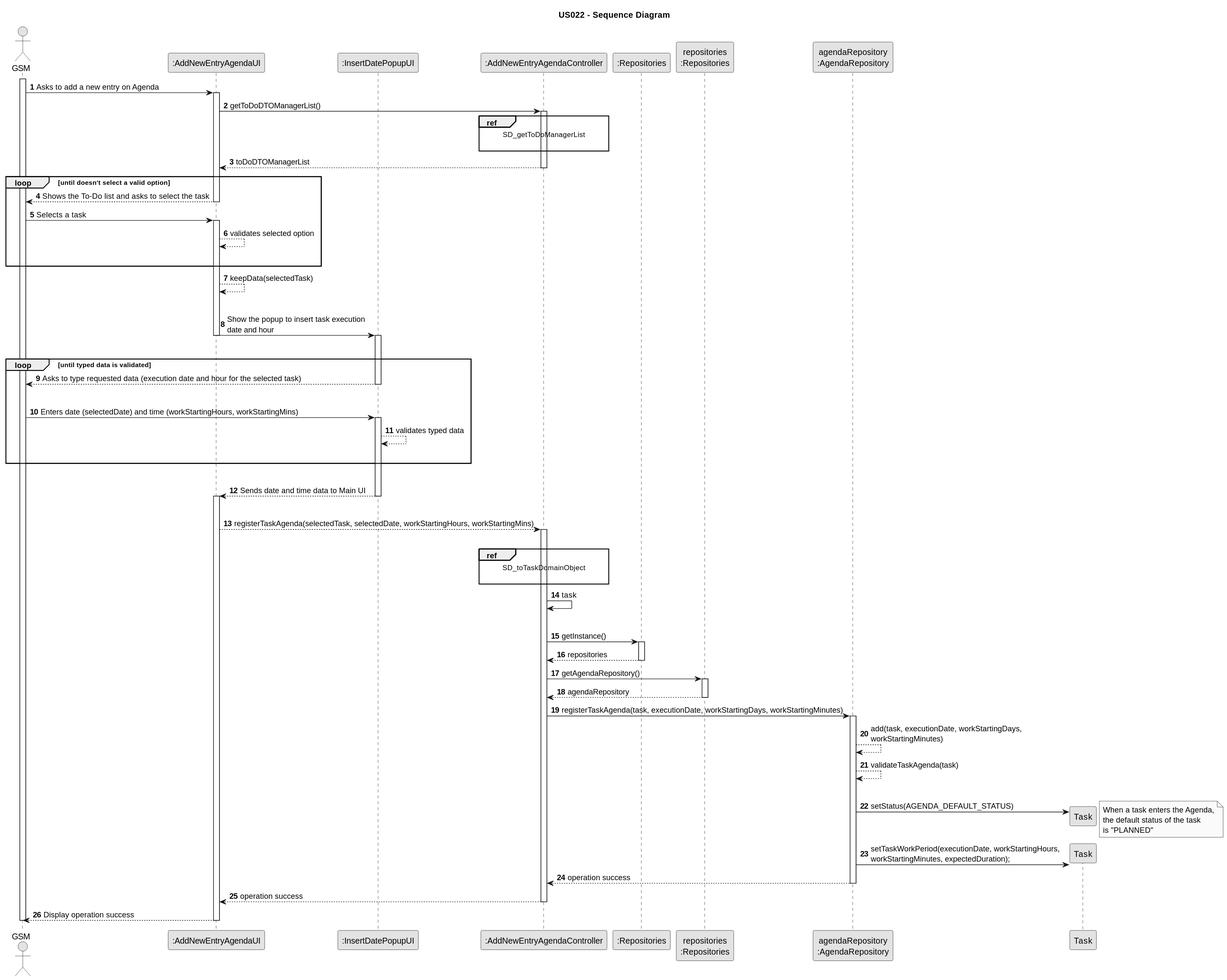
Rui-San/LAPR2_2023_2024 keeps this PlantUML diagram as docs/sprintC/us022/03.design/svg/us022-sequence-diagram.svg. Above is the earlier version.
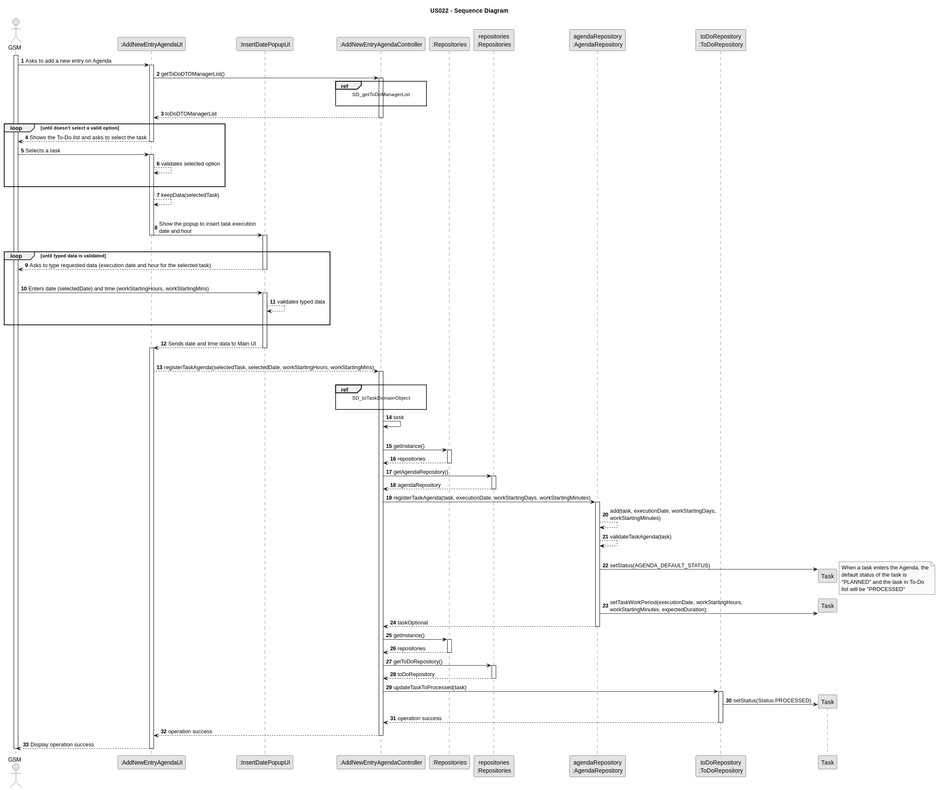
Above is the later version.

Commit message:
US22: Updated SD interaction to, in the end, the task on ToDo changes the status to PROCESSED, changed table/documentation accordingly

Diff of the diagram source:
```diff
@@ -14,7 +14,7 @@
 participant ":Repositories" as REPO
 participant "repositories\n:Repositories" as REPOInstance
 participant "agendaRepository\n:AgendaRepository" as AgendaRepository
-
+participant "toDoRepository\n:ToDoRepository" as ToDoRepository
 
 activate GSM
 
@@ -112,19 +112,43 @@
                 AgendaRepository -> Task** : setStatus(AGENDA_DEFAULT_STATUS)
 
                 note right
-                                When a task enters the Agenda,
-                                the default status of the task
-                                is "PLANNED"
+                                When a task enters the Agenda, the
+                                default status of the task is
+                                "PLANNED" and the task in To-Do
+                                list will be "PROCESSED"
                                              end note
 
                 AgendaRepository -> Task** : setTaskWorkPeriod(executionDate, workStartingHours,\nworkStartingMinutes, expectedDuration);
 
 
 
-                AgendaRepository --> CTRL : operation success
+                AgendaRepository --> CTRL : taskOptional
                 deactivate AgendaRepository
 
-                CTRL --> UI : operation success
+
+
+                CTRL -> REPO : getInstance()
+                                    activate REPO
+
+                                        REPO --> CTRL : repositories
+                                    deactivate REPO
+                                    CTRL -> REPOInstance: getToDoRepository()
+
+                                    activate REPOInstance
+
+                                        REPOInstance --> CTRL : toDoRepository
+                                    deactivate REPOInstance
+
+                                CTRL -> ToDoRepository : updateTaskToProcessed(task)
+                                activate ToDoRepository
+
+                                ToDoRepository -> Task** : setStatus(Status.PROCESSED)
+
+                                ToDoRepository --> CTRL : operation success
+                                deactivate ToDoRepository
+
+                                CTRL --> UI : operation success
+
                 deactivate CTRL
 
 
```
